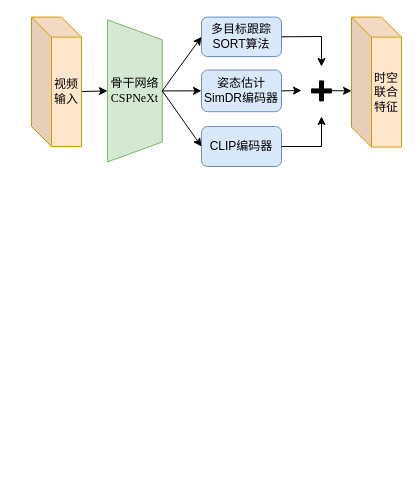
Leeon-K/drawio_saver keeps this draw.io diagram as 总体.drawio. Above is the earlier version. Source tidied: cells renumbered, new cells numbered last; positions are measured from the earlier drawing's top-left corner, leaving out a move shared by most shapes. Both pictures are drawn from the tidied source at 100%, with x=0, y=0 at pixel (31, 17).
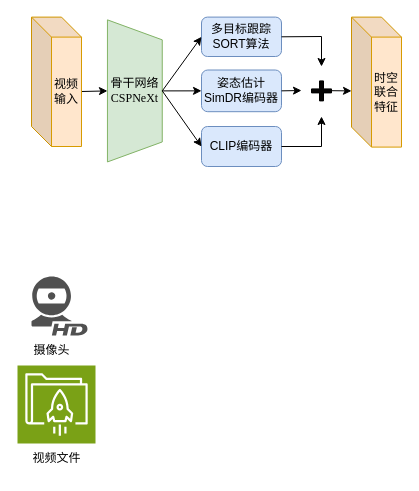
The same page after the edit.

Diff of the diagram source:
```diff
@@
+    <mxCell id="17" style="sketch=0;shadow=0;dashed=0;html=1;strokeColor=none;fillColor=#505050;labelPosition=center;verticalLabelPosition=bottom;verticalAlign=top;align=center;shape=mxgraph.office.devices.webcam_hd;" parent="1" vertex="1">
+      <mxGeometry y="259" width="56" height="59" as="geometry" />
+    </mxCell>
+    <mxCell id="18" value="摄像头" style="text;html=1;align=center;verticalAlign=middle;strokeColor=none;fillColor=none;" parent="1" vertex="1">
+      <mxGeometry x="-10" y="318" width="60" height="30" as="geometry" />
+    </mxCell>
+    <mxCell id="19" style="sketch=0;fontColor=#232F3E;fillColor=#7AA116;strokeColor=#ffffff;dashed=0;verticalLabelPosition=bottom;verticalAlign=top;align=center;html=1;fontSize=12;fontStyle=0;shape=mxgraph.aws4.resourceIcon;resIcon=mxgraph.aws4.file_cache;" parent="1" vertex="1">
+      <mxGeometry x="-14" y="348" width="78" height="78" as="geometry" />
+    </mxCell>
+    <mxCell id="20" value="视频文件" style="text;html=1;align=center;verticalAlign=middle;strokeColor=none;fillColor=none;" parent="1" vertex="1">
+      <mxGeometry x="-10" y="426" width="70" height="30" as="geometry" />
+    </mxCell>
```
